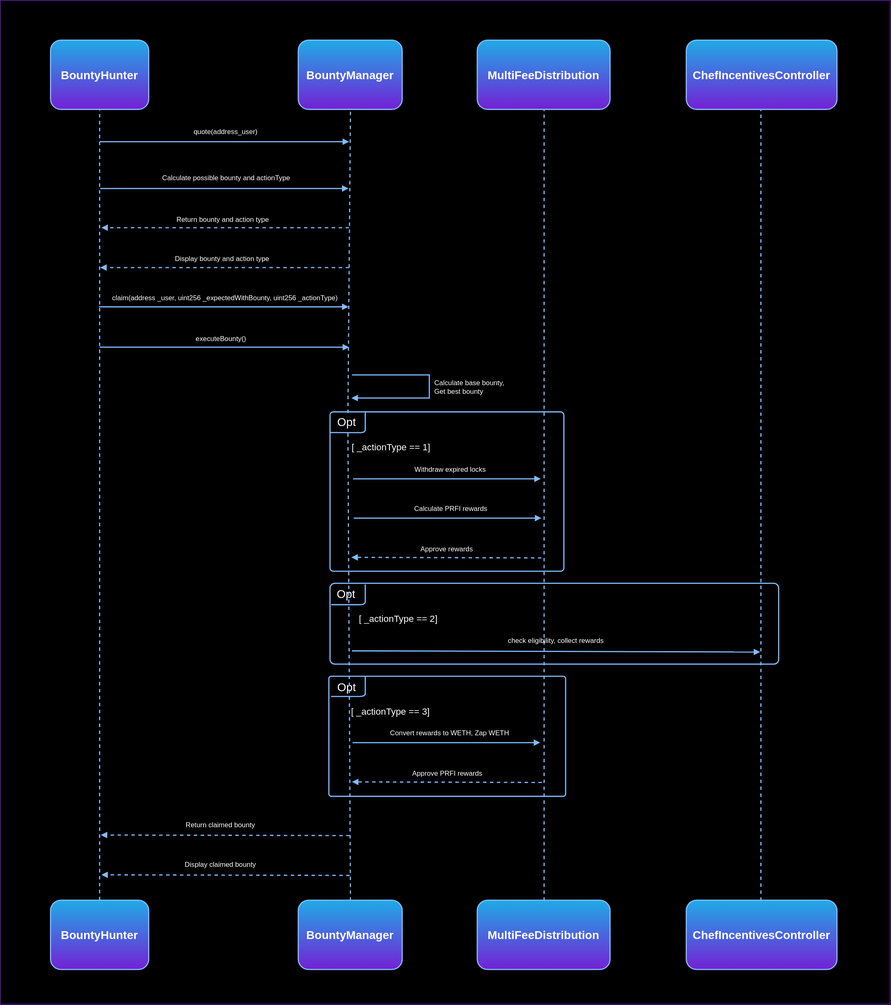
PrimeNumbersLabs/primefi-gitbook keeps this draw.io diagram as contracts/diagrams/bounty.drawio.svg. Above is the earlier version. Source tidied: cells renumbered, new cells last; positions are measured from the earlier drawing's top-left corner, leaving out a move shared by most shapes.
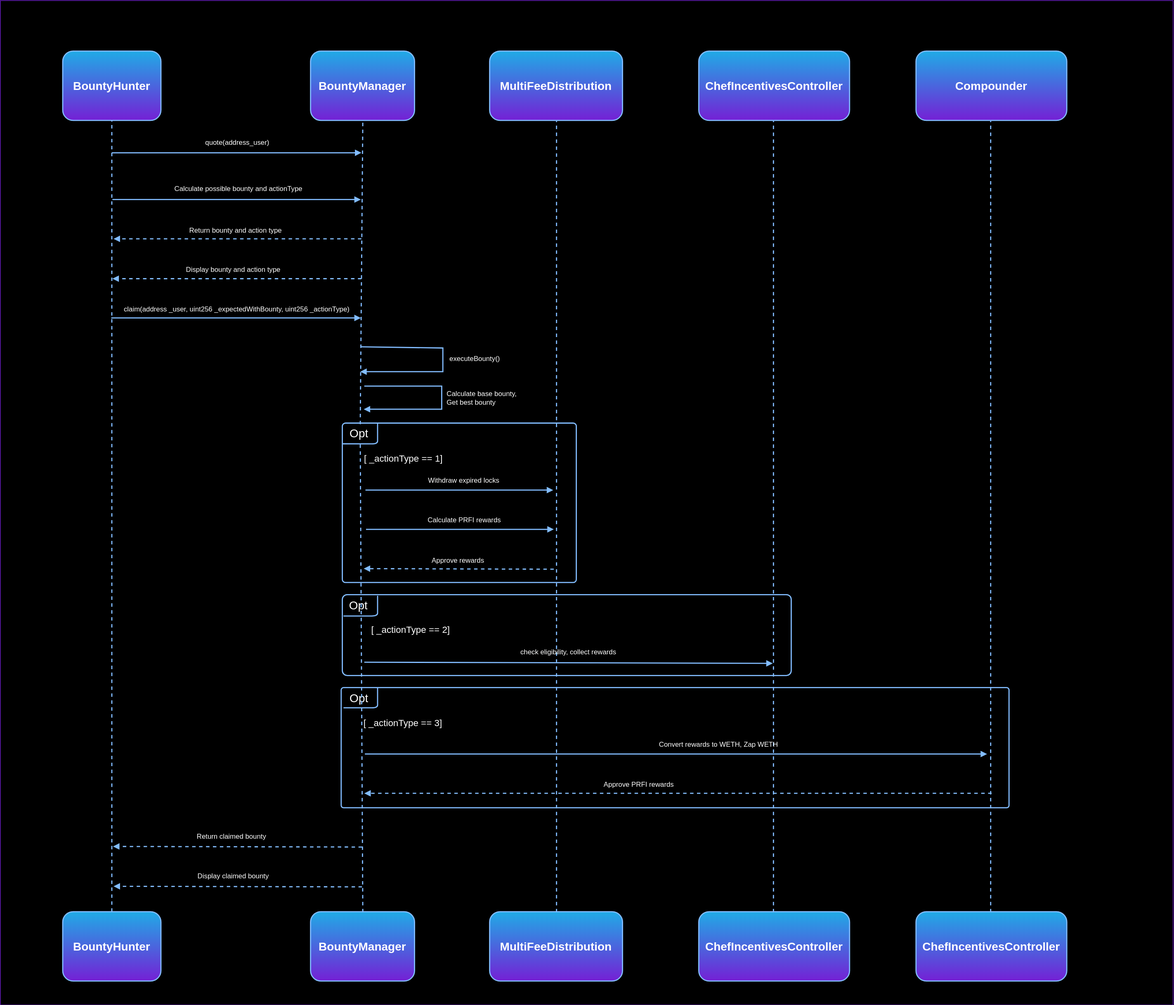
Above is the later version.

What changed in the source:
```diff
@@ -3,7 +3,7 @@
     <mxCell id="0" />
     <mxCell id="1" parent="0" />
     <mxCell id="2" style="rounded=0;whiteSpace=wrap;html=1;strokeColor=#7420D5;fontFamily=Helvetica;fontSize=12;fontColor=default;fillColor=none;gradientColor=#7420D5;" parent="1" vertex="1">
-      <mxGeometry width="1541" height="1739" as="geometry" />
+      <mxGeometry x="-21" y="-18.5" width="2030" height="1739" as="geometry" />
     </mxCell>
     <mxCell id="3" style="rounded=1;whiteSpace=wrap;html=1;arcSize=2;fillColor=none;strokeColor=#82BCFF;strokeWidth=2;fontSize=20;" parent="1" vertex="1">
       <mxGeometry x="571" y="713" width="405" height="276" as="geometry" />
@@ -12,7 +12,7 @@
       <mxGeometry x="571" y="1010" width="777" height="140" as="geometry" />
     </mxCell>
     <mxCell id="5" style="rounded=1;whiteSpace=wrap;html=1;arcSize=2;fillColor=none;strokeColor=#82BCFF;strokeWidth=2;fontSize=20;" parent="1" vertex="1">
-      <mxGeometry x="569" y="1171" width="410" height="208" as="geometry" />
+      <mxGeometry x="569" y="1171" width="1156" height="208" as="geometry" />
     </mxCell>
     <mxCell id="6" value="BountyHunter" style="rounded=1;whiteSpace=wrap;html=1;fillColor=#20ABE6;strokeColor=#82BCFF;fontColor=#FFFFFF;fontSize=20;strokeWidth=2;fontStyle=1;gradientColor=#7420D5;labelBackgroundColor=none;labelBorderColor=none;" parent="1" vertex="1">
       <mxGeometry x="87" y="69" width="170" height="120" as="geometry" />
@@ -93,13 +93,17 @@
     </mxCell>
     <mxCell id="24" style="endArrow=block;html=1;rounded=0;strokeWidth=2;strokeColor=#82BCFF;endFill=1;fontColor=#FFFFFF;labelBackgroundColor=none;fontSize=20;" parent="1" edge="1">
       <mxGeometry relative="1" as="geometry">
-        <mxPoint x="172" y="601" as="sourcePoint" />
-        <mxPoint x="604" y="601" as="targetPoint" />
+        <mxPoint x="602" y="581" as="sourcePoint" />
+        <mxPoint x="602" y="624" as="targetPoint" />
+        <Array as="points">
+          <mxPoint x="745" y="583" />
+          <mxPoint x="745" y="624" />
+        </Array>
       </mxGeometry>
     </mxCell>
     <mxCell id="25" value="executeBounty()" style="edgeLabel;html=1;align=center;verticalAlign=middle;fontColor=#FFFFFF;labelBackgroundColor=none;fontSize=12;" parent="24" vertex="1">
       <mxGeometry x="0.18" y="3" relative="1" as="geometry">
-        <mxPoint x="-47" y="-12" as="offset" />
+        <mxPoint x="62" y="-26" as="offset" />
       </mxGeometry>
     </mxCell>
     <mxCell id="26" style="endArrow=block;html=1;rounded=0;strokeWidth=2;strokeColor=#82BCFF;endFill=1;fontColor=#FFFFFF;labelBackgroundColor=none;fontSize=20;" parent="1" edge="1">
@@ -127,7 +131,7 @@
     <mxCell id="30" style="endArrow=block;html=1;rounded=0;strokeWidth=2;strokeColor=#82BCFF;endFill=1;fontColor=#FFFFFF;labelBackgroundColor=none;fontSize=20;" parent="1" edge="1">
       <mxGeometry relative="1" as="geometry">
         <mxPoint x="610" y="1286" as="sourcePoint" />
-        <mxPoint x="935" y="1286" as="targetPoint" />
+        <mxPoint x="1687" y="1286" as="targetPoint" />
       </mxGeometry>
     </mxCell>
     <mxCell id="31" value="Convert rewards to WETH, Zap WETH" style="edgeLabel;html=1;align=center;verticalAlign=middle;fontColor=#FFFFFF;labelBackgroundColor=none;fontSize=12;" parent="30" vertex="1">
@@ -228,7 +232,7 @@
     </mxCell>
     <mxCell id="48" style="endArrow=block;html=1;rounded=0;endFill=1;strokeWidth=2;dashed=1;strokeColor=#82BCFF;fontSize=20;" parent="1" edge="1">
       <mxGeometry relative="1" as="geometry">
-        <mxPoint x="938" y="1355" as="sourcePoint" />
+        <mxPoint x="1694.9" y="1354" as="sourcePoint" />
         <mxPoint x="609" y="1354" as="targetPoint" />
       </mxGeometry>
     </mxCell>
@@ -287,5 +291,17 @@
     <mxCell id="57" value="Opt" style="text;strokeColor=none;fillColor=none;align=left;verticalAlign=middle;spacingLeft=4;spacingRight=4;overflow=hidden;points=[[0,0.5],[1,0.5]];portConstraint=eastwest;whiteSpace=wrap;html=1;fontColor=#FFFFFF;fontSize=20;" parent="1" vertex="1">
       <mxGeometry x="577.5" y="715" width="49" height="30" as="geometry" />
     </mxCell>
+    <mxCell id="58" value="Compounder" style="rounded=1;whiteSpace=wrap;html=1;fillColor=#20ABE6;strokeColor=#82BCFF;fontColor=#FFFFFF;fontSize=20;strokeWidth=2;fontStyle=1;gradientColor=#7420D5;labelBackgroundColor=none;labelBorderColor=none;" parent="1" vertex="1">
+      <mxGeometry x="1564" y="69" width="261" height="120" as="geometry" />
+    </mxCell>
+    <mxCell id="59" value="ChefIncentivesController" style="rounded=1;whiteSpace=wrap;html=1;fillColor=#20ABE6;strokeColor=#82BCFF;fontColor=#FFFFFF;fontSize=20;strokeWidth=2;fontStyle=1;gradientColor=#7420D5;labelBackgroundColor=none;labelBorderColor=none;" parent="1" vertex="1">
+      <mxGeometry x="1564" y="1559" width="261" height="120" as="geometry" />
+    </mxCell>
+    <mxCell id="60" style="endArrow=none;dashed=1;html=1;rounded=0;entryX=0.5;entryY=1;entryDx=0;entryDy=0;exitX=0.5;exitY=0;exitDx=0;exitDy=0;strokeWidth=2;strokeColor=#82BCFF;" parent="1" edge="1">
+      <mxGeometry relative="1" as="geometry">
+        <mxPoint x="1693.2" y="1560" as="sourcePoint" />
+        <mxPoint x="1693.2" y="190" as="targetPoint" />
+      </mxGeometry>
+    </mxCell>
   </root>
 </mxGraphModel>
```
